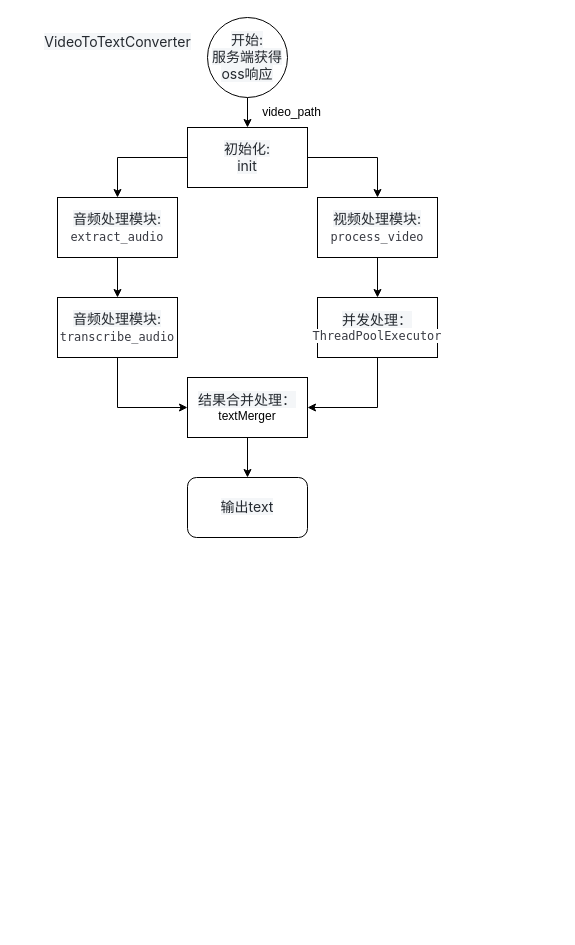
The draw.io diagram 未命名绘图.drawio in gjf610/my-blog, before the edit. Source tidied: cells renumbered, new cells numbered last; positions are measured from the earlier drawing's top-left corner, leaving out a move shared by most shapes. Both pictures are drawn from the tidied source at 100%, with x=0, y=0 at pixel (37, 17).
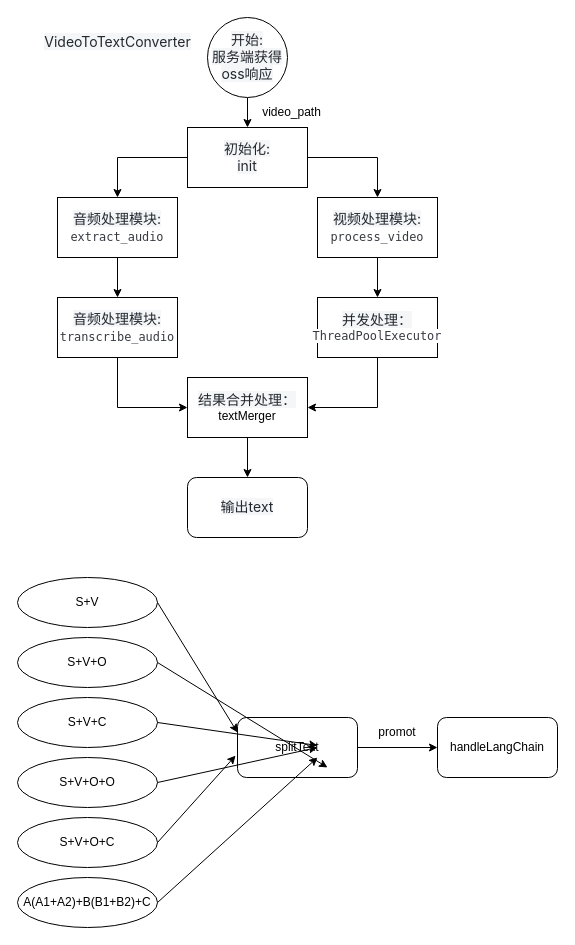
Above is the later version.

Commit message:
更新未命名绘图.drawio

Diff of the diagram source:
```diff
@@
+    <mxCell id="20" value="S+V+C" style="ellipse;whiteSpace=wrap;html=1;" parent="1" vertex="1">
+      <mxGeometry x="-20" y="680" width="140" height="50" as="geometry" />
+    </mxCell>
+    <mxCell id="21" value="S+V+O" style="ellipse;whiteSpace=wrap;html=1;" parent="1" vertex="1">
+      <mxGeometry x="-20" y="620" width="140" height="50" as="geometry" />
+    </mxCell>
+    <mxCell id="22" value="S+V" style="ellipse;whiteSpace=wrap;html=1;" parent="1" vertex="1">
+      <mxGeometry x="-20" y="560" width="140" height="50" as="geometry" />
+    </mxCell>
+    <mxCell id="23" value="S+V+O+O" style="ellipse;whiteSpace=wrap;html=1;" parent="1" vertex="1">
+      <mxGeometry x="-20" y="740" width="140" height="50" as="geometry" />
+    </mxCell>
+    <mxCell id="24" value="S+V+O+C" style="ellipse;whiteSpace=wrap;html=1;" parent="1" vertex="1">
+      <mxGeometry x="-20" y="800" width="140" height="50" as="geometry" />
+    </mxCell>
+    <mxCell id="25" value="A(A1+A2)+B(B1+B2)+C" style="ellipse;whiteSpace=wrap;html=1;" parent="1" vertex="1">
+      <mxGeometry x="-20" y="860" width="140" height="50" as="geometry" />
+    </mxCell>
+    <mxCell id="26" style="edgeStyle=orthogonalEdgeStyle;rounded=0;jettySize=auto;html=1;entryX=0;entryY=0.5;entryDx=0;entryDy=0;" parent="1" edge="1" source="27" target="34">
+      <mxGeometry relative="1" as="geometry" />
+    </mxCell>
+    <mxCell id="27" value="splitText" style="rounded=1;whiteSpace=wrap;html=1;" parent="1" vertex="1">
+      <mxGeometry x="200" y="700" width="120" height="60" as="geometry" />
+    </mxCell>
+    <mxCell id="28" style="endArrow=classic;html=1;rounded=0;exitX=1;exitY=0.5;exitDx=0;exitDy=0;entryX=0;entryY=0.25;entryDx=0;entryDy=0;" parent="1" edge="1" source="22" target="27">
+      <mxGeometry relative="1" as="geometry" />
+    </mxCell>
+    <mxCell id="29" style="endArrow=classic;html=1;rounded=0;exitX=1;exitY=0.5;exitDx=0;exitDy=0;entryX=-0.004;entryY=0.382;entryDx=0;entryDy=0;entryPerimeter=0;" parent="1" edge="1" source="21">
+      <mxGeometry relative="1" as="geometry">
+        <mxPoint x="290" y="750" as="targetPoint" />
+      </mxGeometry>
+    </mxCell>
+    <mxCell id="30" style="endArrow=classic;html=1;rounded=0;exitX=1;exitY=0.5;exitDx=0;exitDy=0;entryX=0;entryY=0.5;entryDx=0;entryDy=0;" parent="1" edge="1" source="20">
+      <mxGeometry relative="1" as="geometry">
+        <mxPoint x="280" y="728" as="targetPoint" />
+      </mxGeometry>
+    </mxCell>
+    <mxCell id="31" style="endArrow=classic;html=1;rounded=0;exitX=1;exitY=0.5;exitDx=0;exitDy=0;entryX=0;entryY=0.5;entryDx=0;entryDy=0;" parent="1" edge="1" source="23">
+      <mxGeometry relative="1" as="geometry">
+        <mxPoint x="280" y="730" as="targetPoint" />
+      </mxGeometry>
+    </mxCell>
+    <mxCell id="32" style="endArrow=classic;html=1;rounded=0;exitX=1;exitY=0.5;exitDx=0;exitDy=0;entryX=-0.016;entryY=0.635;entryDx=0;entryDy=0;entryPerimeter=0;" parent="1" edge="1" source="24" target="27">
+      <mxGeometry relative="1" as="geometry" />
+    </mxCell>
+    <mxCell id="33" style="endArrow=classic;html=1;rounded=0;exitX=1;exitY=0.5;exitDx=0;exitDy=0;entryX=0;entryY=0.75;entryDx=0;entryDy=0;" parent="1" edge="1" source="25">
+      <mxGeometry relative="1" as="geometry">
+        <mxPoint x="280" y="740" as="targetPoint" />
+      </mxGeometry>
+    </mxCell>
+    <mxCell id="34" value="handleLangChain" style="rounded=1;whiteSpace=wrap;html=1;" parent="1" vertex="1">
+      <mxGeometry x="400" y="700" width="120" height="60" as="geometry" />
+    </mxCell>
+    <mxCell id="35" value="promot" style="text;html=1;align=center;verticalAlign=middle;whiteSpace=wrap;rounded=0;" parent="1" vertex="1">
+      <mxGeometry x="330" y="700" width="60" height="30" as="geometry" />
+    </mxCell>
```
